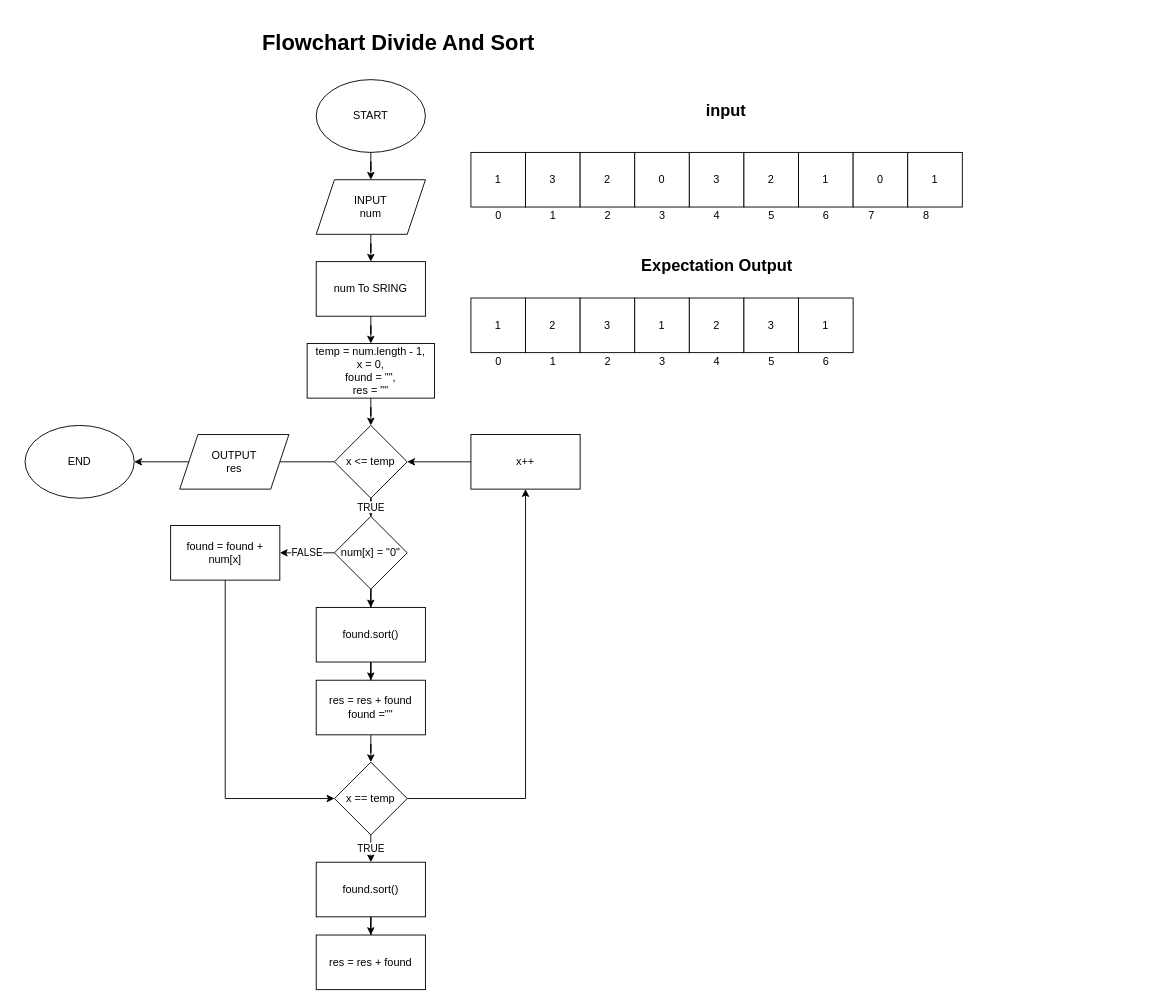
This is fw5-flowchart-js4/divideAndSort.drawio from DanangFirmantara/fw5-javascript4, a draw.io file, before an edit. Source tidied: cells renumbered, new cells numbered last; positions are measured from the earlier drawing's top-left corner, leaving out a move shared by most shapes. Both pictures are drawn from the tidied source at 91%, with x=0, y=0 at pixel (25, 20).
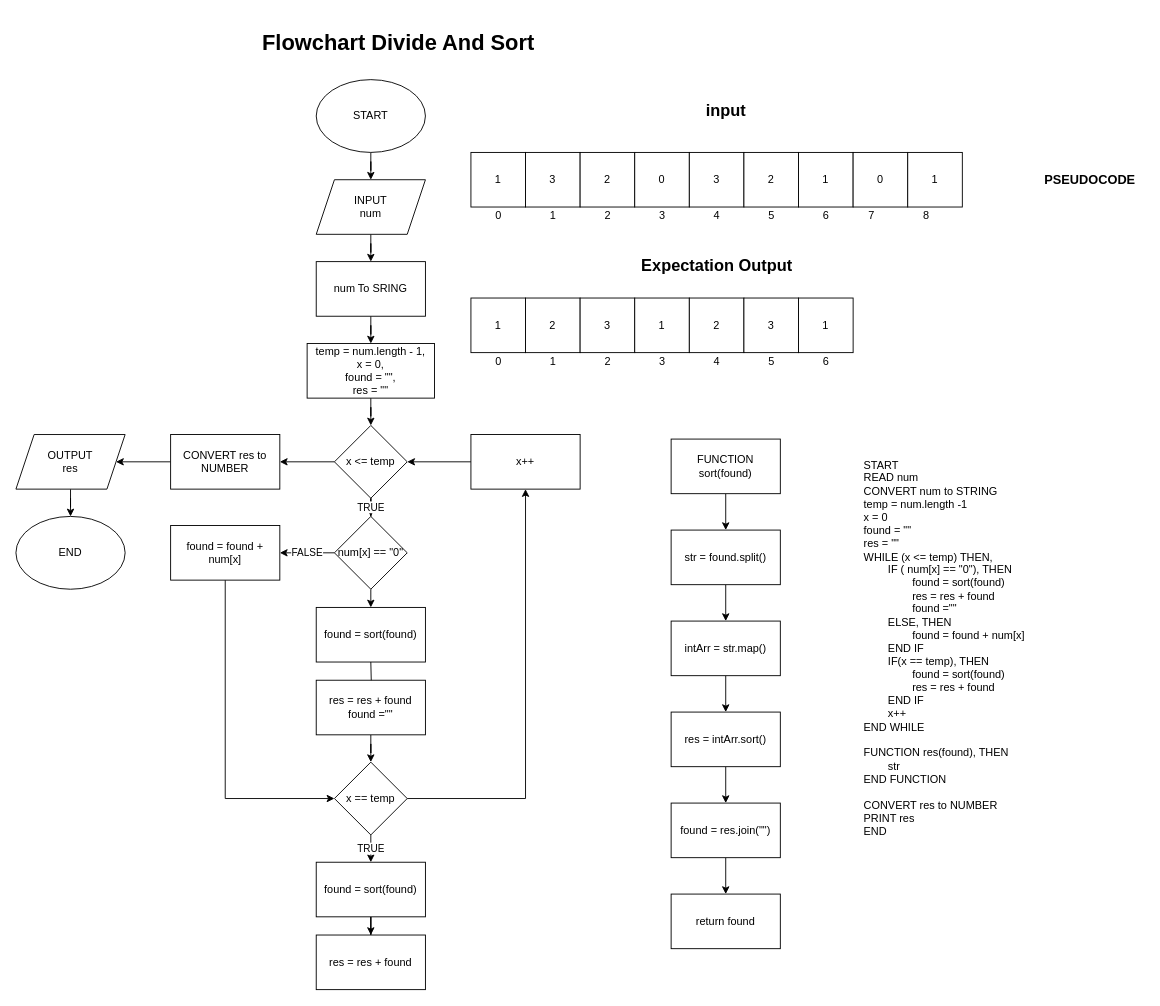
Above is the later version.

Unchanged cells that the change refers to:
```xml
<mxCell id="46" value="x &amp;lt;= temp" style="rhombus;whiteSpace=wrap;html=1;" parent="1" vertex="1">
  <mxGeometry x="340" y="445" width="80" height="80" as="geometry" />
</mxCell>
<mxCell id="55" value="res = res + found&lt;br&gt;found =&quot;&quot;" style="rounded=0;whiteSpace=wrap;html=1;" parent="1" vertex="1">
  <mxGeometry x="320" y="725" width="120" height="60" as="geometry" />
</mxCell>
```

The edit, as a diff of the source:
```diff
@@
-    <mxCell id="45" style="edgeStyle=orthogonalEdgeStyle;rounded=0;jettySize=auto;html=1;entryX=0.833;entryY=0.5;entryDx=0;entryDy=0;entryPerimeter=0;" parent="1" edge="1" source="46" target="65">
-      <mxGeometry relative="1" as="geometry" />
-    </mxCell>
+    <mxCell id="68" style="edgeStyle=orthogonalEdgeStyle;rounded=0;jettySize=auto;html=1;" parent="1" edge="1" source="46" target="84">
+      <mxGeometry relative="1" as="geometry" />
+    </mxCell>
@@
-    <mxCell id="48" style="edgeStyle=orthogonalEdgeStyle;rounded=0;jettySize=auto;html=1;entryX=0.5;entryY=0;entryDx=0;entryDy=0;" parent="1" edge="1" source="49" target="53">
-      <mxGeometry relative="1" as="geometry" />
+    <mxCell id="48" style="edgeStyle=orthogonalEdgeStyle;rounded=0;jettySize=auto;html=1;entryX=0.5;entryY=0;entryDx=0;entryDy=0;" parent="1" edge="1" source="49">
+      <mxGeometry relative="1" as="geometry">
+        <mxPoint x="380" y="645" as="targetPoint" />
+      </mxGeometry>
     </mxCell>
-    <mxCell id="49" value="num[x] = &quot;0&quot;" style="rhombus;whiteSpace=wrap;html=1;" parent="1" vertex="1">
+    <mxCell id="49" value="num[x] == &quot;0&quot;" style="rhombus;whiteSpace=wrap;html=1;" parent="1" vertex="1">
       <mxGeometry x="340" y="545" width="80" height="80" as="geometry" />
     </mxCell>
@@
-    <mxCell id="52" style="edgeStyle=orthogonalEdgeStyle;rounded=0;jettySize=auto;html=1;" parent="1" edge="1" source="53" target="55">
-      <mxGeometry relative="1" as="geometry" />
+    <mxCell id="52" style="edgeStyle=orthogonalEdgeStyle;rounded=0;jettySize=auto;html=1;" parent="1" edge="1" target="55">
+      <mxGeometry relative="1" as="geometry">
+        <mxPoint x="380" y="705" as="sourcePoint" />
+      </mxGeometry>
     </mxCell>
-    <mxCell id="53" value="found.sort()" style="rounded=0;whiteSpace=wrap;html=1;" parent="1" vertex="1">
-      <mxGeometry x="320" y="645" width="120" height="60" as="geometry" />
-    </mxCell>
@@
-    <mxCell id="60" value="found.sort()" style="rounded=0;whiteSpace=wrap;html=1;" parent="1" vertex="1">
+    <mxCell id="60" value="found = sort(found)" style="rounded=0;whiteSpace=wrap;html=1;" parent="1" vertex="1">
       <mxGeometry x="320" y="925" width="120" height="60" as="geometry" />
     </mxCell>
@@
+    <mxCell id="67" value="&lt;h1&gt;Flowchart Divide And Sort&lt;/h1&gt;" style="text;html=1;align=center;verticalAlign=middle;strokeColor=none;fillColor=none;" parent="1" vertex="1">
+      <mxGeometry x="255" width="310" height="50" as="geometry" />
+    </mxCell>
+    <mxCell id="69" value="found = sort(found)" style="rounded=0;whiteSpace=wrap;html=1;" parent="1" vertex="1">
+      <mxGeometry x="320" y="645" width="120" height="60" as="geometry" />
+    </mxCell>
+    <mxCell id="70" style="edgeStyle=orthogonalEdgeStyle;rounded=0;jettySize=auto;html=1;" parent="1" edge="1" source="71" target="73">
+      <mxGeometry relative="1" as="geometry" />
+    </mxCell>
+    <mxCell id="71" value="FUNCTION&lt;br&gt;sort(found)" style="rounded=0;whiteSpace=wrap;html=1;" parent="1" vertex="1">
+      <mxGeometry x="710" y="460" width="120" height="60" as="geometry" />
+    </mxCell>
+    <mxCell id="72" style="edgeStyle=orthogonalEdgeStyle;rounded=0;jettySize=auto;html=1;" parent="1" edge="1" source="73" target="75">
+      <mxGeometry relative="1" as="geometry" />
+    </mxCell>
+    <mxCell id="73" value="str = found.split()" style="rounded=0;whiteSpace=wrap;html=1;" parent="1" vertex="1">
+      <mxGeometry x="710" y="560" width="120" height="60" as="geometry" />
+    </mxCell>
+    <mxCell id="74" style="edgeStyle=orthogonalEdgeStyle;rounded=0;jettySize=auto;html=1;" parent="1" edge="1" source="75" target="77">
+      <mxGeometry relative="1" as="geometry" />
+    </mxCell>
+    <mxCell id="75" value="intArr = str.map()" style="rounded=0;whiteSpace=wrap;html=1;" parent="1" vertex="1">
+      <mxGeometry x="710" y="660" width="120" height="60" as="geometry" />
+    </mxCell>
+    <mxCell id="76" style="edgeStyle=orthogonalEdgeStyle;rounded=0;jettySize=auto;html=1;" parent="1" edge="1" source="77" target="79">
+      <mxGeometry relative="1" as="geometry" />
+    </mxCell>
+    <mxCell id="77" value="res = intArr.sort()" style="rounded=0;whiteSpace=wrap;html=1;" parent="1" vertex="1">
+      <mxGeometry x="710" y="760" width="120" height="60" as="geometry" />
+    </mxCell>
+    <mxCell id="78" style="edgeStyle=orthogonalEdgeStyle;rounded=0;jettySize=auto;html=1;" parent="1" edge="1" source="79" target="80">
+      <mxGeometry relative="1" as="geometry" />
+    </mxCell>
+    <mxCell id="79" value="found = res.join(&quot;&quot;)" style="whiteSpace=wrap;html=1;" parent="1" vertex="1">
+      <mxGeometry x="710" y="860" width="120" height="60" as="geometry" />
+    </mxCell>
+    <mxCell id="80" value="return found" style="rounded=0;whiteSpace=wrap;html=1;" parent="1" vertex="1">
+      <mxGeometry x="710" y="960" width="120" height="60" as="geometry" />
+    </mxCell>
+    <mxCell id="81" value="&lt;h3&gt;PSEUDOCODE&lt;/h3&gt;" style="text;html=1;align=center;verticalAlign=middle;strokeColor=none;fillColor=none;" parent="1" vertex="1">
+      <mxGeometry x="1110" y="150" width="120" height="50" as="geometry" />
+    </mxCell>
+    <mxCell id="82" value="START&lt;br&gt;&lt;div&gt;READ num&lt;/div&gt;&lt;div&gt;CONVERT num to STRING&lt;/div&gt;&lt;div&gt;temp = num.length -1&lt;/div&gt;&lt;div&gt;x = 0&lt;/div&gt;&lt;div&gt;found = &quot;&quot;&lt;/div&gt;&lt;div&gt;res = &quot;&quot;&lt;/div&gt;&lt;div&gt;WHILE (x &amp;lt;= temp) THEN,&lt;/div&gt;&lt;div&gt;&lt;span style=&quot;white-space: pre&quot;&gt;&#9;&lt;/span&gt;IF ( num[x] == &quot;0&quot;), THEN&lt;br&gt;&lt;/div&gt;&lt;span style=&quot;white-space: pre&quot;&gt;&#9;&lt;span style=&quot;white-space: pre&quot;&gt;&#9;&lt;/span&gt;&lt;/span&gt;&lt;span&gt;found = sort(found)&lt;/span&gt;&lt;br&gt;&lt;span style=&quot;white-space: pre&quot;&gt;&#9;&lt;span style=&quot;white-space: pre&quot;&gt;&#9;&lt;/span&gt;&lt;/span&gt;&lt;span&gt;res = res + found&lt;/span&gt;&lt;br&gt;&lt;div&gt;&lt;span style=&quot;white-space: pre&quot;&gt;&#9;&lt;span style=&quot;white-space: pre&quot;&gt;&#9;&lt;/span&gt;&lt;/span&gt;found =&quot;&quot;&lt;/div&gt;&lt;div&gt;&lt;span style=&quot;white-space: pre&quot;&gt;&#9;&lt;/span&gt;ELSE, THEN&lt;br&gt;&lt;/div&gt;&lt;div&gt;&lt;span style=&quot;white-space: pre&quot;&gt;&#9;&lt;span style=&quot;white-space: pre&quot;&gt;&#9;&lt;/span&gt;&lt;/span&gt;found = found + num[x]&lt;br&gt;&lt;/div&gt;&lt;div&gt;&lt;span style=&quot;white-space: pre&quot;&gt;&#9;&lt;/span&gt;END IF&lt;br&gt;&lt;/div&gt;&lt;div&gt;&lt;span style=&quot;white-space: pre&quot;&gt;&#9;&lt;/span&gt;IF(x == temp), THEN&lt;br&gt;&lt;/div&gt;&lt;div&gt;&lt;span style=&quot;white-space: pre&quot;&gt;&#9;&lt;/span&gt;&lt;span style=&quot;white-space: pre&quot;&gt;&#9;&lt;/span&gt;found = sort(found)&lt;br&gt;&lt;/div&gt;&lt;div&gt;&lt;span style=&quot;white-space: pre&quot;&gt;&#9;&lt;/span&gt;&lt;span style=&quot;white-space: pre&quot;&gt;&#9;&lt;/span&gt;res = res + found&lt;br&gt;&lt;/div&gt;&lt;div&gt;&lt;span style=&quot;white-space: pre&quot;&gt;&#9;&lt;/span&gt;END IF&lt;br&gt;&lt;/div&gt;&lt;div&gt;&lt;span style=&quot;white-space: pre&quot;&gt;&#9;&lt;/span&gt;x++&lt;br&gt;&lt;/div&gt;&lt;div&gt;&lt;span&gt;END WHILE&lt;/span&gt;&lt;br&gt;&lt;/div&gt;&lt;div&gt;&lt;span&gt;&lt;br&gt;&lt;/span&gt;&lt;/div&gt;&lt;div&gt;FUNCTION res(found), THEN&lt;/div&gt;&lt;div&gt;&lt;span style=&quot;white-space: pre&quot;&gt;&#9;&lt;/span&gt;str&lt;br&gt;&lt;/div&gt;&lt;div&gt;END FUNCTION&lt;/div&gt;&lt;div&gt;&lt;span&gt;&lt;br&gt;&lt;/span&gt;&lt;/div&gt;&lt;div&gt;CONVERT res to NUMBER&lt;/div&gt;&lt;div&gt;PRINT res&lt;/div&gt;&lt;div&gt;END&lt;/div&gt;" style="text;html=1;align=left;verticalAlign=middle;strokeColor=none;fillColor=none;" parent="1" vertex="1">
+      <mxGeometry x="920" y="485" width="190" height="410" as="geometry" />
+    </mxCell>
-    <mxCell id="64" style="edgeStyle=orthogonalEdgeStyle;rounded=0;jettySize=auto;html=1;" parent="1" edge="1" source="65" target="66">
+    <mxCell id="64" style="edgeStyle=orthogonalEdgeStyle;rounded=0;jettySize=auto;html=1;entryX=0.5;entryY=0;entryDx=0;entryDy=0;" parent="1" edge="1" source="65" target="66">
       <mxGeometry relative="1" as="geometry" />
     </mxCell>
     <mxCell id="65" value="OUTPUT&lt;br&gt;res" style="shape=parallelogram;perimeter=parallelogramPerimeter;whiteSpace=wrap;html=1;fixedSize=1;" parent="1" vertex="1">
-      <mxGeometry x="170" y="455" width="120" height="60" as="geometry" />
+      <mxGeometry x="-10" y="455" width="120" height="60" as="geometry" />
     </mxCell>
+    <mxCell id="83" style="edgeStyle=orthogonalEdgeStyle;rounded=0;jettySize=auto;html=1;" parent="1" edge="1" source="84" target="65">
+      <mxGeometry relative="1" as="geometry" />
+    </mxCell>
+    <mxCell id="84" value="CONVERT res to NUMBER" style="rounded=0;whiteSpace=wrap;html=1;" parent="1" vertex="1">
+      <mxGeometry x="160" y="455" width="120" height="60" as="geometry" />
+    </mxCell>
     <mxCell id="66" value="END" style="ellipse;whiteSpace=wrap;html=1;" parent="1" vertex="1">
-      <mxGeometry y="445" width="120" height="80" as="geometry" />
+      <mxGeometry x="-10" y="545" width="120" height="80" as="geometry" />
     </mxCell>
-    <mxCell id="67" value="&lt;h1&gt;Flowchart Divide And Sort&lt;/h1&gt;" style="text;html=1;align=center;verticalAlign=middle;strokeColor=none;fillColor=none;" parent="1" vertex="1">
-      <mxGeometry x="255" width="310" height="50" as="geometry" />
-    </mxCell>
```
